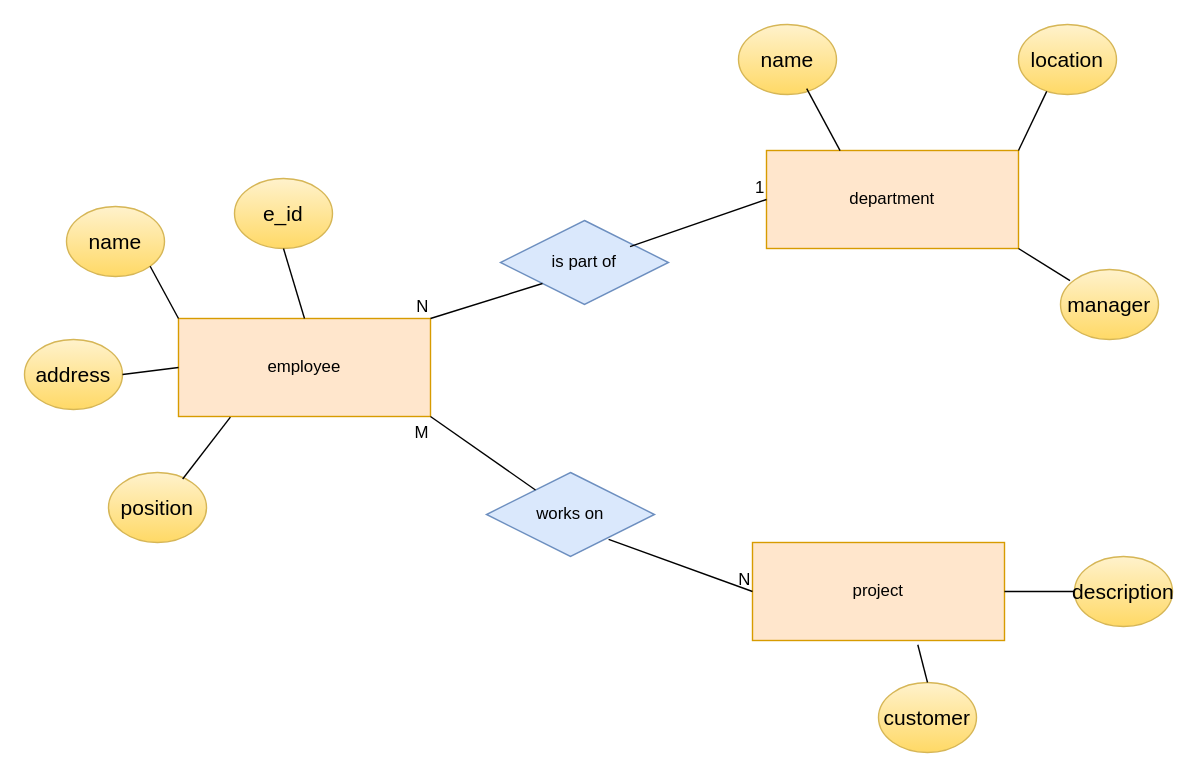
The draw.io diagram lsdp_l1_erm.drawio in SyedSiddiqShakir/msc_iot_academic, before the edit. Source tidied: cells renumbered, new cells numbered last; positions are measured from the earlier drawing's top-left corner, leaving out a move shared by most shapes. Both pictures are drawn from the tidied source at 140%, with x=0, y=0 at pixel (24, 24).
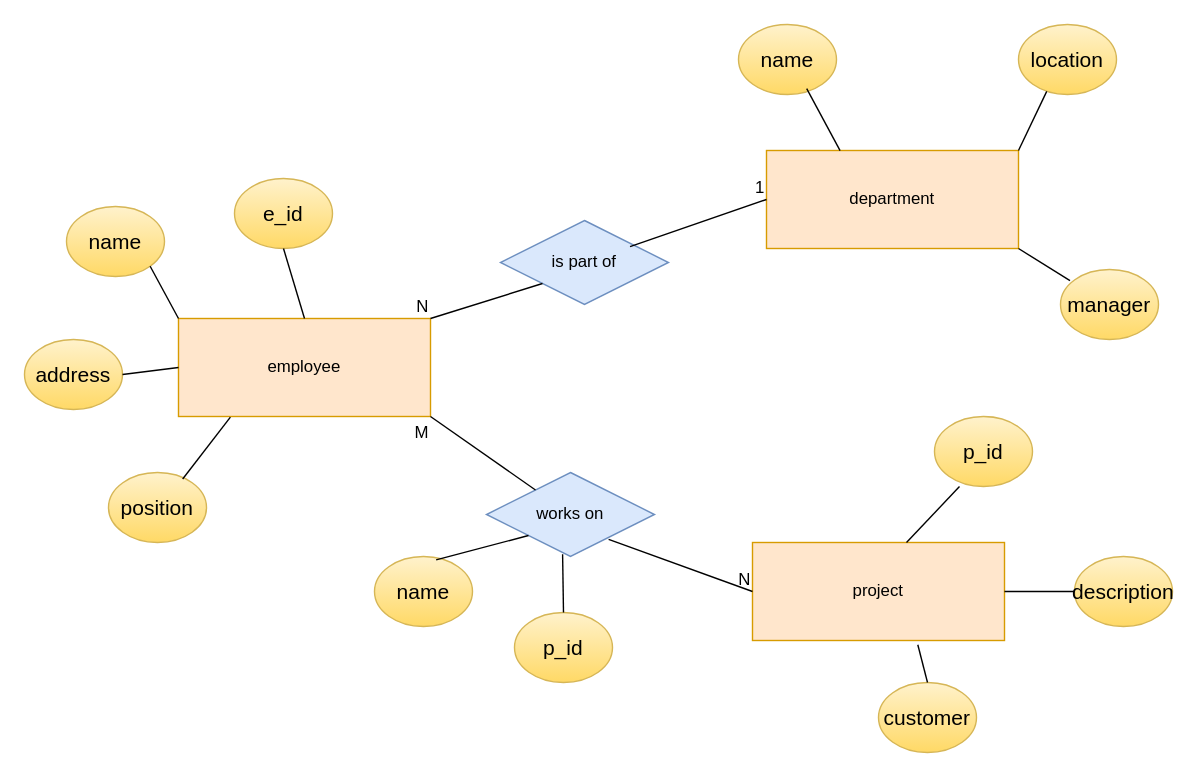
The same diagram, later.

The change refers to these unchanged cells:
```xml
<mxCell id="12" value="works on" style="shape=rhombus;perimeter=rhombusPerimeter;whiteSpace=wrap;html=1;align=center;fillColor=#dae8fc;strokeColor=#6c8ebf;" parent="1" vertex="1">
  <mxGeometry x="330" y="320" width="120" height="60" as="geometry" />
</mxCell>
```

Diff of the diagram source:
```diff
@@
+    <mxCell id="33" value="name" style="ellipse;whiteSpace=wrap;html=1;fillColor=#fff2cc;strokeColor=#d6b656;gradientColor=#ffd966;fontSize=15;" parent="1" vertex="1">
+      <mxGeometry x="250" y="380" width="70" height="50" as="geometry" />
+    </mxCell>
+    <mxCell id="34" value="p_id" style="ellipse;whiteSpace=wrap;html=1;fillColor=#fff2cc;strokeColor=#d6b656;gradientColor=#ffd966;fontSize=15;" parent="1" vertex="1">
+      <mxGeometry x="350" y="420" width="70" height="50" as="geometry" />
+    </mxCell>
+    <mxCell id="35" value="p_id" style="ellipse;whiteSpace=wrap;html=1;fillColor=#fff2cc;strokeColor=#d6b656;gradientColor=#ffd966;fontSize=15;" parent="1" vertex="1">
+      <mxGeometry x="650" y="280" width="70" height="50" as="geometry" />
+    </mxCell>
+    <mxCell id="36" style="endArrow=none;html=1;rounded=0;exitX=1;exitY=0.5;exitDx=0;exitDy=0;entryX=0.255;entryY=1.001;entryDx=0;entryDy=0;entryPerimeter=0;" parent="1" edge="1" target="35">
+      <mxGeometry relative="1" as="geometry">
+        <mxPoint x="630" y="370" as="sourcePoint" />
+      </mxGeometry>
+    </mxCell>
+    <mxCell id="37" style="endArrow=none;html=1;rounded=0;exitX=0.629;exitY=0.049;exitDx=0;exitDy=0;entryX=0;entryY=1;entryDx=0;entryDy=0;exitPerimeter=0;" parent="1" edge="1" source="33" target="12">
+      <mxGeometry relative="1" as="geometry" />
+    </mxCell>
+    <mxCell id="38" style="endArrow=none;html=1;rounded=0;exitX=0.5;exitY=0;exitDx=0;exitDy=0;entryX=0.453;entryY=0.972;entryDx=0;entryDy=0;entryPerimeter=0;" parent="1" edge="1" source="34" target="12">
+      <mxGeometry relative="1" as="geometry" />
+    </mxCell>
```
